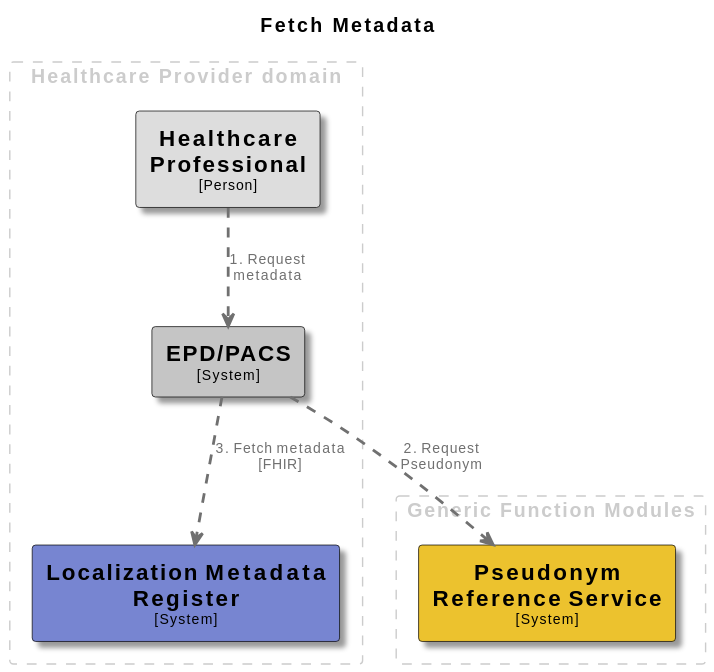
minvws/gfmodules-coordination keeps this PlantUML diagram as docs/images/structurizr-FetchMetadata.svg. Above is the earlier version.
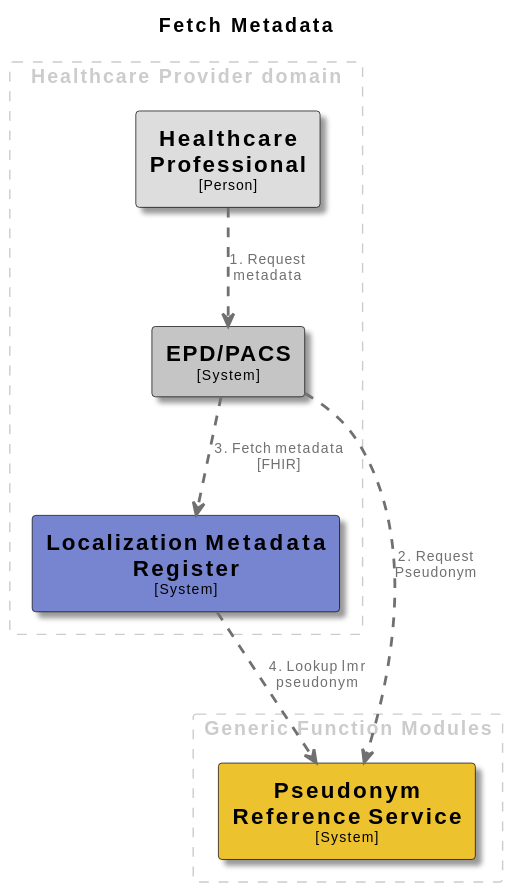
After the commit.

Change to the diagram source:
```diff
@@ -59,4 +59,5 @@
 HealthcareProfessional .[#707070,thickness=2].> EPDPACS : "<color:#707070>1. Request metadata"
 EPDPACS .[#707070,thickness=2].> PseudonymReferenceService : "<color:#707070>2. Request Pseudonym"
 EPDPACS .[#707070,thickness=2].> LocalizationMetadataRegister : "<color:#707070>3. Fetch metadata [FHIR]"
+LocalizationMetadataRegister .[#707070,thickness=2].> PseudonymReferenceService : "<color:#707070>4. Lookup lmr pseudonym"
 @enduml
```
